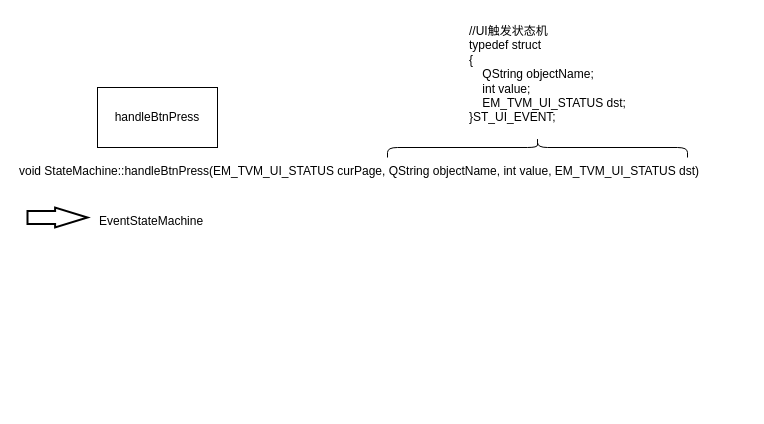
Above: 未命名绘图.drawio in ayuelei/git_test (draw.io), before the change. Source tidied: cells renumbered, new cells numbered last; positions are measured from the earlier drawing's top-left corner, leaving out a move shared by most shapes. Both pictures are drawn from the tidied source at 100%, with x=0, y=0 at pixel (17, 17).
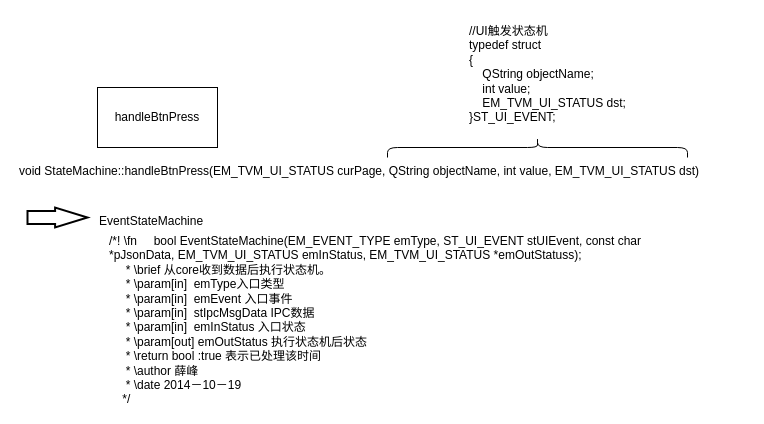
Above is the later version.

Commit message (it also covers changes not shown here):
更新未命名绘图.drawio

The edit, as a diff of the source:
```diff
@@
 <mxGraphModel>
   <root>
     <mxCell id="0" />
     <mxCell id="1" parent="0" />
     <mxCell id="2" value="handleBtnPress" style="rounded=0;whiteSpace=wrap;html=1;" parent="1" vertex="1">
       <mxGeometry x="80" y="70" width="120" height="60" as="geometry" />
     </mxCell>
     <mxCell id="3" value="void StateMachine::handleBtnPress(EM_TVM_UI_STATUS curPage, QString objectName, int value, EM_TVM_UI_STATUS dst)" style="text;whiteSpace=wrap;html=1;" parent="1" vertex="1">
       <mxGeometry y="140" width="730" height="50" as="geometry" />
     </mxCell>
     <mxCell id="4" style="shape=curlyBracket;whiteSpace=wrap;html=1;rounded=1;direction=south;" parent="1" vertex="1">
       <mxGeometry x="370" y="120" width="300" height="20" as="geometry" />
     </mxCell>
     <mxCell id="5" value="//UI触发状态机&#10;typedef struct&#10;{&#10;    QString objectName;&#10;    int value;&#10;    EM_TVM_UI_STATUS dst;&#10;}ST_UI_EVENT;" style="text;whiteSpace=wrap;html=1;" parent="1" vertex="1">
       <mxGeometry x="450" width="190" height="120" as="geometry" />
     </mxCell>
     <mxCell id="6" value="EventStateMachine" style="text;whiteSpace=wrap;html=1;" parent="1" vertex="1">
       <mxGeometry x="80" y="190" width="140" height="40" as="geometry" />
     </mxCell>
     <mxCell id="7" style="verticalLabelPosition=bottom;verticalAlign=top;html=1;strokeWidth=2;shape=mxgraph.arrows2.arrow;dy=0.36;dx=32.4;notch=0;" parent="1" vertex="1">
       <mxGeometry x="10" y="190" width="60" height="20" as="geometry" />
     </mxCell>
+    <mxCell id="8" value="/*! \fn&amp;nbsp;&lt;span style=&quot;background-color: initial;&quot;&gt;&amp;nbsp; &amp;nbsp; bool EventStateMachine(EM_EVENT_TYPE emType, ST_UI_EVENT stUIEvent, const char *pJsonData, EM_TVM_UI_STATUS emInStatus, EM_TVM_UI_STATUS *emOutStatuss);&lt;/span&gt;&lt;br&gt;&amp;nbsp; &amp;nbsp; &amp;nbsp;* \brief   从core收到数据后执行状态机。&lt;br&gt;&amp;nbsp; &amp;nbsp; &amp;nbsp;* \param[in]&amp;nbsp; emType入口类型&lt;br&gt;&amp;nbsp; &amp;nbsp; &amp;nbsp;* \param[in]&amp;nbsp;  emEvent 入口事件&lt;br&gt;&amp;nbsp; &amp;nbsp; &amp;nbsp;* \param[in]&amp;nbsp; stIpcMsgData IPC数据&lt;br&gt;&amp;nbsp; &amp;nbsp; &amp;nbsp;* \param[in]&amp;nbsp;  emInStatus 入口状态&lt;br&gt;&amp;nbsp; &amp;nbsp; &amp;nbsp;* \param[out] emOutStatus 执行状态机后状态&lt;br&gt;&amp;nbsp; &amp;nbsp; &amp;nbsp;* \return  bool :true 表示已处理该时间&lt;br&gt;&amp;nbsp; &amp;nbsp; &amp;nbsp;* \author   薛峰&lt;br&gt;&amp;nbsp; &amp;nbsp; &amp;nbsp;* \date   2014－10－19&lt;br&gt;&amp;nbsp; &amp;nbsp; */" style="text;whiteSpace=wrap;html=1;" parent="1" vertex="1">
+      <mxGeometry x="90" y="210" width="560" height="180" as="geometry" />
+    </mxCell>
   </root>
 </mxGraphModel>
```
